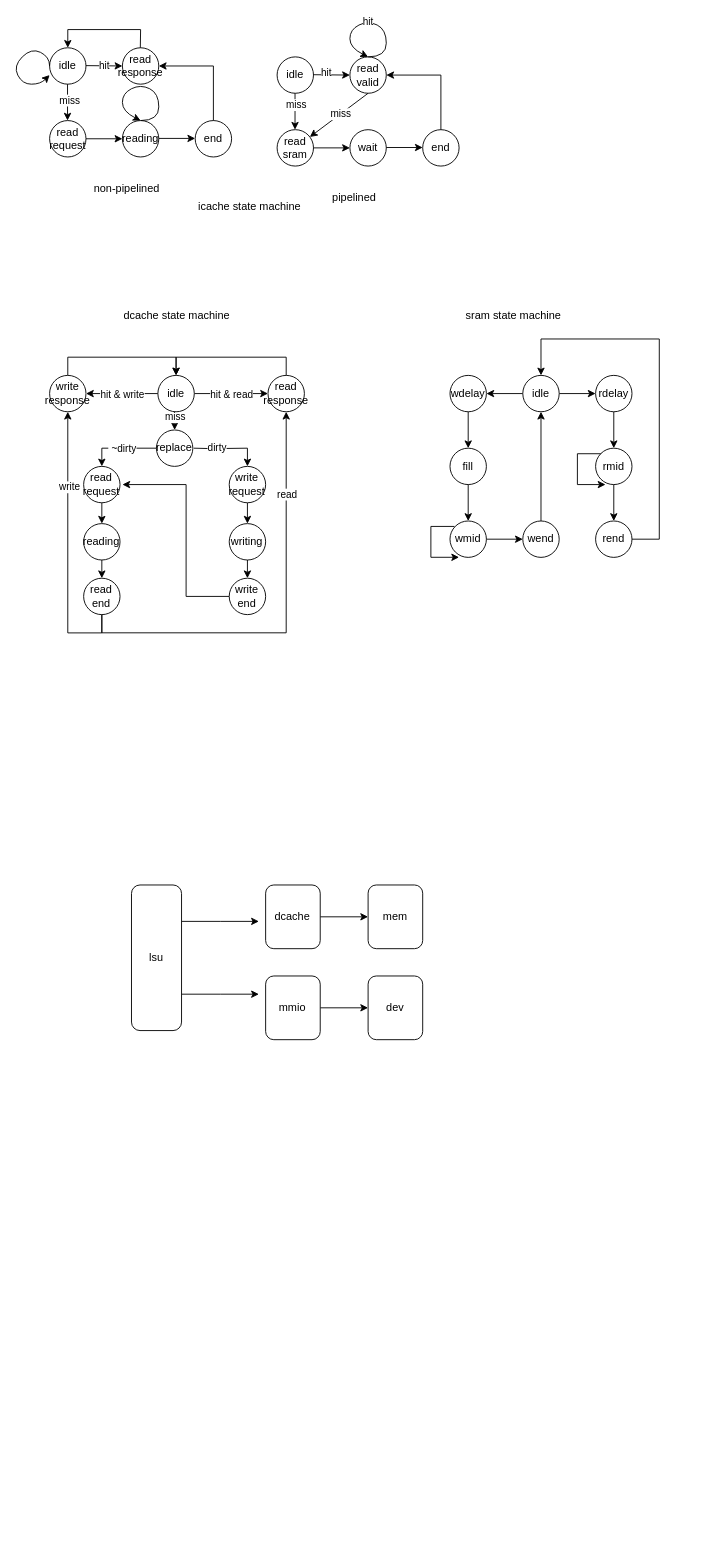
Above: cpu.drawio in DavidZyy/drawio_repo (draw.io), before the change. Source tidied: cells renumbered, new cells numbered last; positions are measured from the earlier drawing's top-left corner, leaving out a move shared by most shapes. Both pictures are drawn from the tidied source at 91%, with x=0, y=0 at pixel (13, 20).
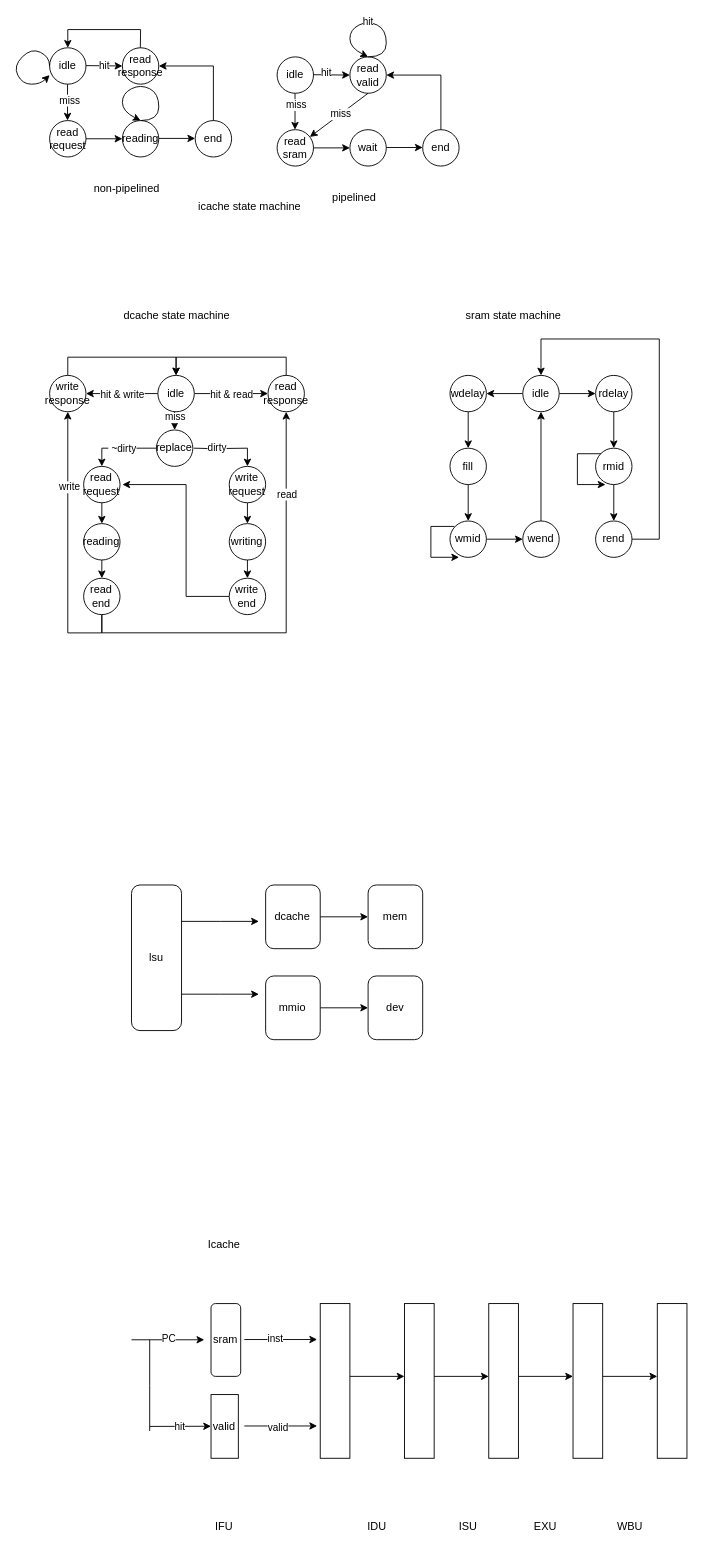
Above is the later version.

Commit message:
add Icache pipeline.

The edit, as a diff of the source:
```diff
@@
+    <mxCell id="97" value="sram" style="rounded=1;whiteSpace=wrap;html=1;" parent="1" vertex="1">
+      <mxGeometry x="217.4" y="1410" width="32.6" height="80" as="geometry" />
+    </mxCell>
+    <mxCell id="98" style="edgeStyle=none;orthogonalLoop=1;jettySize=auto;html=1;rounded=0;" parent="1" edge="1">
+      <mxGeometry relative="1" as="geometry">
+        <mxPoint x="130" y="1449.8" as="sourcePoint" />
+        <mxPoint x="210" y="1449.8" as="targetPoint" />
+      </mxGeometry>
+    </mxCell>
+    <mxCell id="99" value="PC" style="edgeLabel;html=1;align=center;verticalAlign=middle;" parent="98" vertex="1">
+      <mxGeometry y="1" relative="1" as="geometry" />
+    </mxCell>
+    <mxCell id="100" style="edgeStyle=none;orthogonalLoop=1;jettySize=auto;html=1;rounded=0;" parent="1" edge="1">
+      <mxGeometry relative="1" as="geometry">
+        <mxPoint x="254" y="1449.5" as="sourcePoint" />
+        <mxPoint x="334" y="1449.5" as="targetPoint" />
+      </mxGeometry>
+    </mxCell>
+    <mxCell id="101" value="inst" style="edgeLabel;html=1;align=center;verticalAlign=middle;" parent="100" vertex="1">
+      <mxGeometry x="-0.18" y="1" relative="1" as="geometry" />
+    </mxCell>
+    <mxCell id="102" value="valid" style="rounded=0;whiteSpace=wrap;html=1;" parent="1" vertex="1">
+      <mxGeometry x="217.4" y="1510" width="30" height="70" as="geometry" />
+    </mxCell>
+    <mxCell id="103" style="edgeStyle=none;orthogonalLoop=1;jettySize=auto;html=1;rounded=0;" parent="1" edge="1">
+      <mxGeometry relative="1" as="geometry">
+        <mxPoint x="150" y="1545" as="sourcePoint" />
+        <mxPoint x="217.4" y="1544.8" as="targetPoint" />
+      </mxGeometry>
+    </mxCell>
+    <mxCell id="104" value="hit" style="edgeLabel;html=1;align=center;verticalAlign=middle;" parent="103" vertex="1">
+      <mxGeometry x="-0.03" relative="1" as="geometry" />
+    </mxCell>
+    <mxCell id="105" style="edgeStyle=none;orthogonalLoop=1;jettySize=auto;html=1;rounded=0;" parent="1" edge="1">
+      <mxGeometry relative="1" as="geometry">
+        <mxPoint x="254" y="1544.5" as="sourcePoint" />
+        <mxPoint x="334" y="1544.5" as="targetPoint" />
+      </mxGeometry>
+    </mxCell>
+    <mxCell id="106" value="valid" style="edgeLabel;html=1;align=center;verticalAlign=middle;" parent="105" vertex="1">
+      <mxGeometry x="0.34" relative="1" as="geometry">
+        <mxPoint x="-18" y="1" as="offset" />
+      </mxGeometry>
+    </mxCell>
+    <mxCell id="107" value="Icache" style="text;strokeColor=none;align=center;fillColor=none;html=1;verticalAlign=middle;whiteSpace=wrap;rounded=0;" parent="1" vertex="1">
+      <mxGeometry x="202.4" y="1330" width="60" height="30" as="geometry" />
+    </mxCell>
+    <mxCell id="108" style="endArrow=none;html=1;rounded=0;" parent="1" edge="1">
+      <mxGeometry relative="1" as="geometry">
+        <mxPoint x="150" y="1550" as="sourcePoint" />
+        <mxPoint x="150" y="1450" as="targetPoint" />
+        <Array as="points">
+          <mxPoint x="150" y="1500" />
+        </Array>
+      </mxGeometry>
+    </mxCell>
+    <mxCell id="109" value="IFU" style="text;strokeColor=none;align=center;fillColor=none;html=1;verticalAlign=middle;whiteSpace=wrap;rounded=0;" parent="1" vertex="1">
+      <mxGeometry x="202.4" y="1640" width="60" height="30" as="geometry" />
+    </mxCell>
+    <mxCell id="110" style="rounded=0;whiteSpace=wrap;html=1;" parent="1" vertex="1">
+      <mxGeometry x="337.4" y="1410" width="32.6" height="170" as="geometry" />
+    </mxCell>
+    <mxCell id="111" style="rounded=0;whiteSpace=wrap;html=1;" parent="1" vertex="1">
+      <mxGeometry x="430" y="1410" width="32.6" height="170" as="geometry" />
+    </mxCell>
+    <mxCell id="112" style="edgeStyle=none;orthogonalLoop=1;jettySize=auto;html=1;rounded=0;" parent="1" edge="1">
+      <mxGeometry relative="1" as="geometry">
+        <mxPoint x="370" y="1490" as="sourcePoint" />
+        <mxPoint x="430" y="1490" as="targetPoint" />
+      </mxGeometry>
+    </mxCell>
+    <mxCell id="113" value="IDU" style="text;strokeColor=none;align=center;fillColor=none;html=1;verticalAlign=middle;whiteSpace=wrap;rounded=0;" parent="1" vertex="1">
+      <mxGeometry x="370" y="1640" width="60" height="30" as="geometry" />
+    </mxCell>
+    <mxCell id="114" style="rounded=0;whiteSpace=wrap;html=1;" parent="1" vertex="1">
+      <mxGeometry x="522.6" y="1410" width="32.6" height="170" as="geometry" />
+    </mxCell>
+    <mxCell id="115" style="edgeStyle=none;orthogonalLoop=1;jettySize=auto;html=1;rounded=0;" parent="1" edge="1">
+      <mxGeometry relative="1" as="geometry">
+        <mxPoint x="462.6" y="1490" as="sourcePoint" />
+        <mxPoint x="522.6" y="1490" as="targetPoint" />
+      </mxGeometry>
+    </mxCell>
+    <mxCell id="116" style="rounded=0;whiteSpace=wrap;html=1;" parent="1" vertex="1">
+      <mxGeometry x="615.2" y="1410" width="32.6" height="170" as="geometry" />
+    </mxCell>
+    <mxCell id="117" style="edgeStyle=none;orthogonalLoop=1;jettySize=auto;html=1;rounded=0;" parent="1" edge="1">
+      <mxGeometry relative="1" as="geometry">
+        <mxPoint x="555.2" y="1490" as="sourcePoint" />
+        <mxPoint x="615.2" y="1490" as="targetPoint" />
+      </mxGeometry>
+    </mxCell>
+    <mxCell id="118" style="rounded=0;whiteSpace=wrap;html=1;" parent="1" vertex="1">
+      <mxGeometry x="707.8" y="1410" width="32.6" height="170" as="geometry" />
+    </mxCell>
+    <mxCell id="119" style="edgeStyle=none;orthogonalLoop=1;jettySize=auto;html=1;rounded=0;" parent="1" edge="1">
+      <mxGeometry relative="1" as="geometry">
+        <mxPoint x="647.8" y="1490" as="sourcePoint" />
+        <mxPoint x="707.8" y="1490" as="targetPoint" />
+      </mxGeometry>
+    </mxCell>
+    <mxCell id="120" value="ISU" style="text;strokeColor=none;align=center;fillColor=none;html=1;verticalAlign=middle;whiteSpace=wrap;rounded=0;" parent="1" vertex="1">
+      <mxGeometry x="470" y="1640" width="60" height="30" as="geometry" />
+    </mxCell>
+    <mxCell id="121" value="EXU" style="text;strokeColor=none;align=center;fillColor=none;html=1;verticalAlign=middle;whiteSpace=wrap;rounded=0;" parent="1" vertex="1">
+      <mxGeometry x="555.2" y="1640" width="60" height="30" as="geometry" />
+    </mxCell>
+    <mxCell id="122" value="WBU" style="text;strokeColor=none;align=center;fillColor=none;html=1;verticalAlign=middle;whiteSpace=wrap;rounded=0;" parent="1" vertex="1">
+      <mxGeometry x="647.8" y="1640" width="60" height="30" as="geometry" />
+    </mxCell>
```
